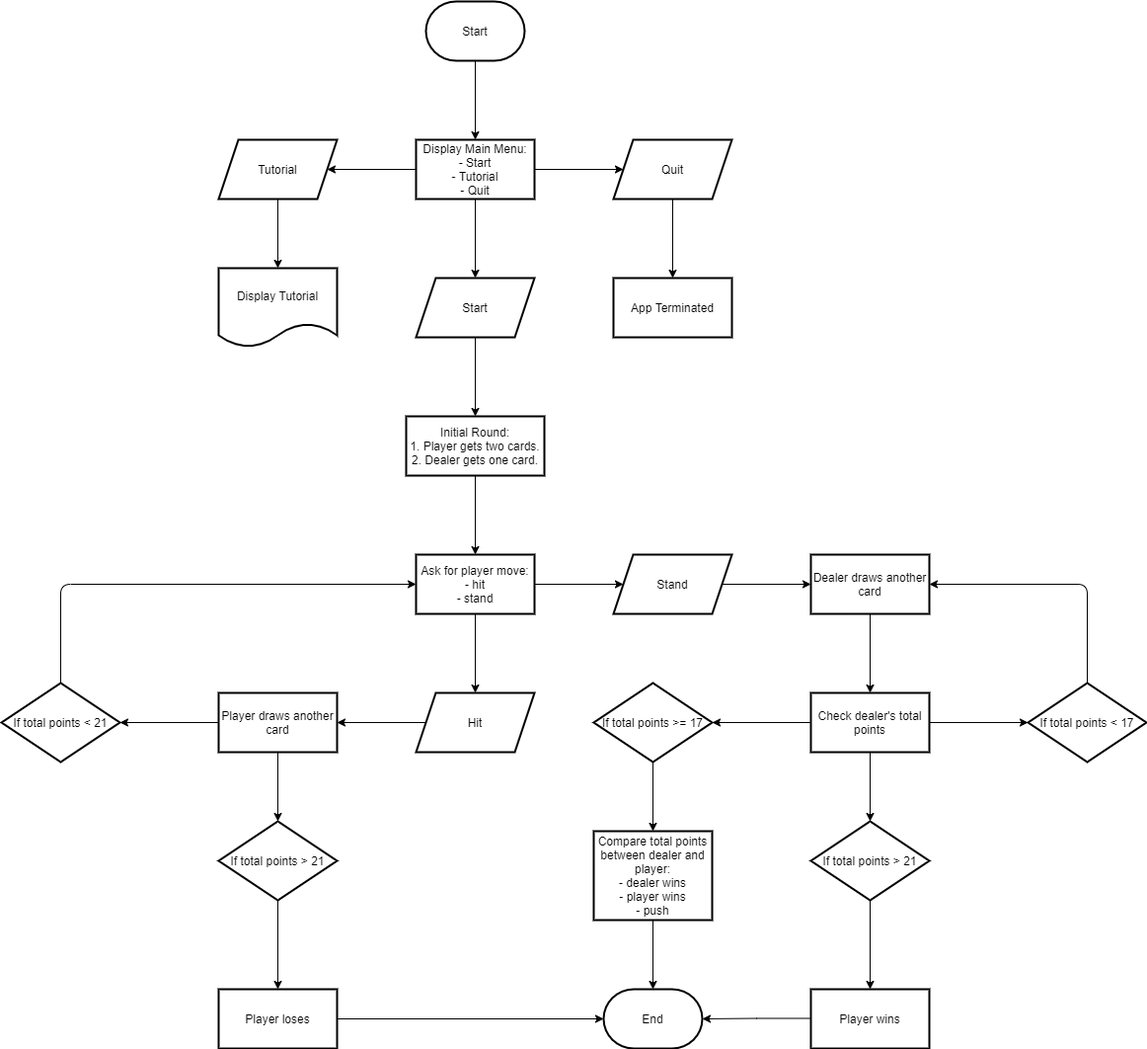
Above: docs/flowchart.png in yee-codes/terminal_app-blackjack (draw.io), before the change. Source tidied: cells renumbered, new cells last; positions are measured from the earlier drawing's top-left corner, leaving out a move shared by most shapes.
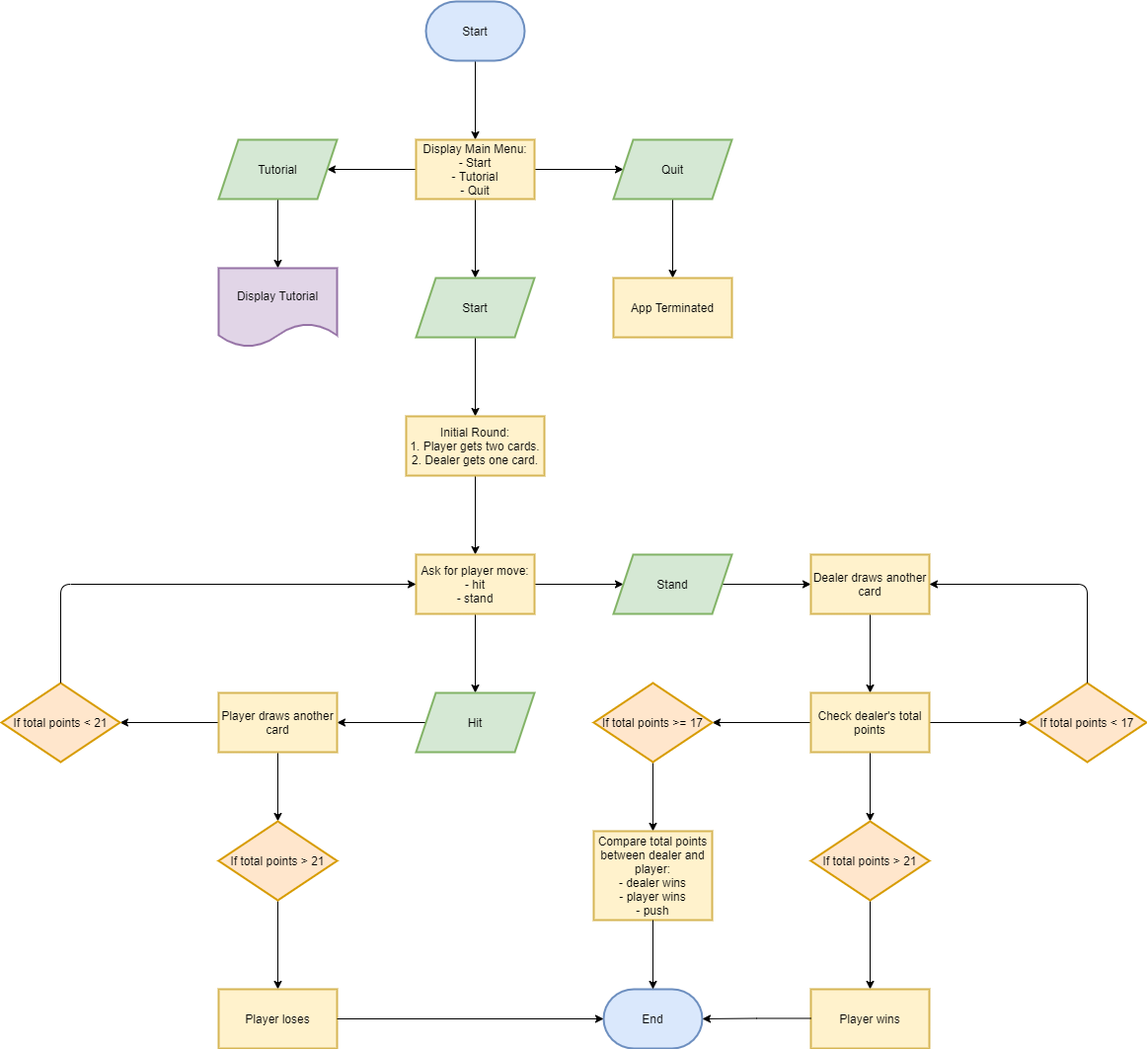
After the commit.

The edit, as a diff of the source:
```diff
@@ -5,7 +5,7 @@
     <mxCell id="2" style="edgeStyle=orthogonalEdgeStyle;rounded=0;jettySize=auto;html=1;" parent="1" edge="1" source="3" target="7">
       <mxGeometry relative="1" as="geometry" />
     </mxCell>
-    <mxCell id="3" value="Start" style="strokeWidth=2;html=1;shape=mxgraph.flowchart.terminator;whiteSpace=wrap;" parent="1" vertex="1">
+    <mxCell id="3" value="Start" style="strokeWidth=2;html=1;shape=mxgraph.flowchart.terminator;whiteSpace=wrap;fillColor=#dae8fc;strokeColor=#6c8ebf;" parent="1" vertex="1">
       <mxGeometry x="430" width="100" height="60" as="geometry" />
     </mxCell>
     <mxCell id="4" style="edgeStyle=orthogonalEdgeStyle;rounded=0;jettySize=auto;html=1;" parent="1" edge="1" source="7" target="9">
@@ -17,34 +17,34 @@
     <mxCell id="6" style="edgeStyle=orthogonalEdgeStyle;rounded=0;jettySize=auto;html=1;" parent="1" edge="1" source="7" target="14">
       <mxGeometry relative="1" as="geometry" />
     </mxCell>
-    <mxCell id="7" value="Display Main Menu:&lt;br&gt;- Start&lt;br&gt;- Tutorial&lt;br&gt;- Quit" style="whiteSpace=wrap;html=1;strokeWidth=2;" parent="1" vertex="1">
+    <mxCell id="7" value="Display Main Menu:&lt;br&gt;- Start&lt;br&gt;- Tutorial&lt;br&gt;- Quit" style="whiteSpace=wrap;html=1;strokeWidth=2;fillColor=#fff2cc;strokeColor=#d6b656;" parent="1" vertex="1">
       <mxGeometry x="420" y="140" width="120" height="60" as="geometry" />
     </mxCell>
     <mxCell id="8" style="edgeStyle=orthogonalEdgeStyle;rounded=0;jettySize=auto;html=1;" parent="1" edge="1" source="9" target="50">
       <mxGeometry relative="1" as="geometry" />
     </mxCell>
-    <mxCell id="9" value="Tutorial" style="shape=parallelogram;perimeter=parallelogramPerimeter;whiteSpace=wrap;html=1;fixedSize=1;strokeWidth=2;" parent="1" vertex="1">
+    <mxCell id="9" value="Tutorial" style="shape=parallelogram;perimeter=parallelogramPerimeter;whiteSpace=wrap;html=1;fixedSize=1;strokeWidth=2;fillColor=#d5e8d4;strokeColor=#82b366;" parent="1" vertex="1">
       <mxGeometry x="220" y="140" width="120" height="60" as="geometry" />
     </mxCell>
     <mxCell id="10" style="edgeStyle=orthogonalEdgeStyle;rounded=0;jettySize=auto;html=1;" parent="1" edge="1" source="11" target="12">
       <mxGeometry relative="1" as="geometry" />
     </mxCell>
-    <mxCell id="11" value="Quit" style="shape=parallelogram;perimeter=parallelogramPerimeter;whiteSpace=wrap;html=1;fixedSize=1;strokeWidth=2;" parent="1" vertex="1">
+    <mxCell id="11" value="Quit" style="shape=parallelogram;perimeter=parallelogramPerimeter;whiteSpace=wrap;html=1;fixedSize=1;strokeWidth=2;fillColor=#d5e8d4;strokeColor=#82b366;" parent="1" vertex="1">
       <mxGeometry x="620" y="140" width="120" height="60" as="geometry" />
     </mxCell>
-    <mxCell id="12" value="App Terminated" style="whiteSpace=wrap;html=1;strokeWidth=2;" parent="1" vertex="1">
+    <mxCell id="12" value="App Terminated" style="whiteSpace=wrap;html=1;strokeWidth=2;fillColor=#fff2cc;strokeColor=#d6b656;" parent="1" vertex="1">
       <mxGeometry x="620" y="280" width="120" height="60" as="geometry" />
     </mxCell>
     <mxCell id="13" style="edgeStyle=orthogonalEdgeStyle;rounded=0;jettySize=auto;html=1;" parent="1" edge="1" source="14" target="16">
       <mxGeometry relative="1" as="geometry" />
     </mxCell>
-    <mxCell id="14" value="Start" style="shape=parallelogram;perimeter=parallelogramPerimeter;whiteSpace=wrap;html=1;fixedSize=1;strokeWidth=2;" parent="1" vertex="1">
+    <mxCell id="14" value="Start" style="shape=parallelogram;perimeter=parallelogramPerimeter;whiteSpace=wrap;html=1;fixedSize=1;strokeWidth=2;fillColor=#d5e8d4;strokeColor=#82b366;" parent="1" vertex="1">
       <mxGeometry x="420" y="280" width="120" height="60" as="geometry" />
     </mxCell>
     <mxCell id="15" style="edgeStyle=orthogonalEdgeStyle;rounded=0;jettySize=auto;html=1;" parent="1" edge="1" source="16" target="19">
       <mxGeometry relative="1" as="geometry" />
     </mxCell>
-    <mxCell id="16" value="Initial Round:&lt;br&gt;1. Player gets two cards.&lt;br&gt;2. Dealer gets one card." style="whiteSpace=wrap;html=1;strokeWidth=2;" parent="1" vertex="1">
+    <mxCell id="16" value="Initial Round:&lt;br&gt;1. Player gets two cards.&lt;br&gt;2. Dealer gets one card." style="whiteSpace=wrap;html=1;strokeWidth=2;fillColor=#fff2cc;strokeColor=#d6b656;" parent="1" vertex="1">
       <mxGeometry x="410" y="420" width="140" height="60" as="geometry" />
     </mxCell>
     <mxCell id="17" style="edgeStyle=orthogonalEdgeStyle;rounded=0;jettySize=auto;html=1;" parent="1" edge="1" source="19" target="21">
@@ -53,25 +53,25 @@
     <mxCell id="18" style="edgeStyle=orthogonalEdgeStyle;rounded=0;jettySize=auto;html=1;" parent="1" edge="1" source="19" target="23">
       <mxGeometry relative="1" as="geometry" />
     </mxCell>
-    <mxCell id="19" value="Ask for player move:&lt;br&gt;- hit&lt;br&gt;- stand" style="whiteSpace=wrap;html=1;strokeWidth=2;" parent="1" vertex="1">
+    <mxCell id="19" value="Ask for player move:&lt;br&gt;- hit&lt;br&gt;- stand" style="whiteSpace=wrap;html=1;strokeWidth=2;fillColor=#fff2cc;strokeColor=#d6b656;" parent="1" vertex="1">
       <mxGeometry x="420" y="560" width="120" height="60" as="geometry" />
     </mxCell>
     <mxCell id="20" style="edgeStyle=orthogonalEdgeStyle;rounded=0;jettySize=auto;html=1;" parent="1" edge="1" source="21" target="41">
       <mxGeometry relative="1" as="geometry" />
     </mxCell>
-    <mxCell id="21" value="Hit" style="shape=parallelogram;perimeter=parallelogramPerimeter;whiteSpace=wrap;html=1;fixedSize=1;strokeWidth=2;" parent="1" vertex="1">
+    <mxCell id="21" value="Hit" style="shape=parallelogram;perimeter=parallelogramPerimeter;whiteSpace=wrap;html=1;fixedSize=1;strokeWidth=2;fillColor=#d5e8d4;strokeColor=#82b366;" parent="1" vertex="1">
       <mxGeometry x="420" y="700" width="120" height="60" as="geometry" />
     </mxCell>
     <mxCell id="22" style="edgeStyle=orthogonalEdgeStyle;rounded=0;jettySize=auto;html=1;" parent="1" edge="1" source="23" target="25">
       <mxGeometry relative="1" as="geometry" />
     </mxCell>
-    <mxCell id="23" value="Stand" style="shape=parallelogram;perimeter=parallelogramPerimeter;whiteSpace=wrap;html=1;fixedSize=1;strokeWidth=2;" parent="1" vertex="1">
+    <mxCell id="23" value="Stand" style="shape=parallelogram;perimeter=parallelogramPerimeter;whiteSpace=wrap;html=1;fixedSize=1;strokeWidth=2;fillColor=#d5e8d4;strokeColor=#82b366;" parent="1" vertex="1">
       <mxGeometry x="620" y="560" width="120" height="60" as="geometry" />
     </mxCell>
     <mxCell id="24" style="edgeStyle=orthogonalEdgeStyle;rounded=0;jettySize=auto;html=1;" parent="1" edge="1" source="25" target="29">
       <mxGeometry relative="1" as="geometry" />
     </mxCell>
-    <mxCell id="25" value="Dealer draws another card" style="whiteSpace=wrap;html=1;strokeWidth=2;" parent="1" vertex="1">
+    <mxCell id="25" value="Dealer draws another card" style="whiteSpace=wrap;html=1;strokeWidth=2;fillColor=#fff2cc;strokeColor=#d6b656;" parent="1" vertex="1">
       <mxGeometry x="820" y="560" width="120" height="60" as="geometry" />
     </mxCell>
     <mxCell id="26" style="edgeStyle=orthogonalEdgeStyle;rounded=0;jettySize=auto;html=1;" parent="1" edge="1" source="29" target="30">
@@ -83,10 +83,10 @@
     <mxCell id="28" style="edgeStyle=orthogonalEdgeStyle;rounded=0;jettySize=auto;html=1;" parent="1" edge="1" source="29" target="38">
       <mxGeometry relative="1" as="geometry" />
     </mxCell>
-    <mxCell id="29" value="Check dealer's total points" style="whiteSpace=wrap;html=1;strokeWidth=2;" parent="1" vertex="1">
+    <mxCell id="29" value="Check dealer's total points" style="whiteSpace=wrap;html=1;strokeWidth=2;fillColor=#fff2cc;strokeColor=#d6b656;" parent="1" vertex="1">
       <mxGeometry x="820" y="700" width="120" height="60" as="geometry" />
     </mxCell>
-    <mxCell id="30" value="If total points &amp;lt; 17" style="rhombus;whiteSpace=wrap;html=1;strokeWidth=2;" parent="1" vertex="1">
+    <mxCell id="30" value="If total points &amp;lt; 17" style="rhombus;whiteSpace=wrap;html=1;strokeWidth=2;fillColor=#ffe6cc;strokeColor=#d79b00;" parent="1" vertex="1">
       <mxGeometry x="1040" y="690" width="120" height="80" as="geometry" />
     </mxCell>
     <mxCell id="31" style="endArrow=classic;html=1;exitX=0.5;exitY=0;exitDx=0;exitDy=0;entryX=1;entryY=0.5;entryDx=0;entryDy=0;" parent="1" edge="1" source="30" target="25">
@@ -99,13 +99,13 @@
     <mxCell id="32" style="edgeStyle=orthogonalEdgeStyle;rounded=0;jettySize=auto;html=1;" parent="1" edge="1" source="33" target="34">
       <mxGeometry relative="1" as="geometry" />
     </mxCell>
-    <mxCell id="33" value="If total points &amp;gt; 21" style="rhombus;whiteSpace=wrap;html=1;strokeWidth=2;" parent="1" vertex="1">
+    <mxCell id="33" value="If total points &amp;gt; 21" style="rhombus;whiteSpace=wrap;html=1;strokeWidth=2;fillColor=#ffe6cc;strokeColor=#d79b00;" parent="1" vertex="1">
       <mxGeometry x="820" y="830" width="120" height="80" as="geometry" />
     </mxCell>
-    <mxCell id="34" value="Player wins" style="whiteSpace=wrap;html=1;strokeWidth=2;" parent="1" vertex="1">
+    <mxCell id="34" value="Player wins" style="whiteSpace=wrap;html=1;strokeWidth=2;fillColor=#fff2cc;strokeColor=#d6b656;" parent="1" vertex="1">
       <mxGeometry x="820" y="1000" width="120" height="60" as="geometry" />
     </mxCell>
-    <mxCell id="35" value="End" style="strokeWidth=2;html=1;shape=mxgraph.flowchart.terminator;whiteSpace=wrap;" parent="1" vertex="1">
+    <mxCell id="35" value="End" style="strokeWidth=2;html=1;shape=mxgraph.flowchart.terminator;whiteSpace=wrap;fillColor=#dae8fc;strokeColor=#6c8ebf;" parent="1" vertex="1">
       <mxGeometry x="610" y="1000" width="100" height="60" as="geometry" />
     </mxCell>
     <mxCell id="36" style="edgeStyle=orthogonalEdgeStyle;rounded=0;jettySize=auto;html=1;entryX=1;entryY=0.5;entryDx=0;entryDy=0;entryPerimeter=0;" parent="1" edge="1" target="35">
@@ -120,7 +120,7 @@
     <mxCell id="37" style="edgeStyle=orthogonalEdgeStyle;rounded=0;jettySize=auto;html=1;" parent="1" edge="1" source="38" target="48">
       <mxGeometry relative="1" as="geometry" />
     </mxCell>
-    <mxCell id="38" value="If total points &amp;gt;= 17" style="rhombus;whiteSpace=wrap;html=1;strokeWidth=2;" parent="1" vertex="1">
+    <mxCell id="38" value="If total points &amp;gt;= 17" style="rhombus;whiteSpace=wrap;html=1;strokeWidth=2;fillColor=#ffe6cc;strokeColor=#d79b00;" parent="1" vertex="1">
       <mxGeometry x="600" y="690" width="120" height="80" as="geometry" />
     </mxCell>
     <mxCell id="39" style="edgeStyle=orthogonalEdgeStyle;rounded=0;jettySize=auto;html=1;" parent="1" edge="1" source="41" target="43">
@@ -129,16 +129,16 @@
     <mxCell id="40" style="edgeStyle=orthogonalEdgeStyle;rounded=0;jettySize=auto;html=1;" parent="1" edge="1" source="41" target="46">
       <mxGeometry relative="1" as="geometry" />
     </mxCell>
-    <mxCell id="41" value="&lt;span&gt;Player draws another card&lt;/span&gt;" style="whiteSpace=wrap;html=1;strokeWidth=2;" parent="1" vertex="1">
+    <mxCell id="41" value="&lt;span&gt;Player draws another card&lt;/span&gt;" style="whiteSpace=wrap;html=1;strokeWidth=2;fillColor=#fff2cc;strokeColor=#d6b656;" parent="1" vertex="1">
       <mxGeometry x="220" y="700" width="120" height="60" as="geometry" />
     </mxCell>
     <mxCell id="42" style="edgeStyle=orthogonalEdgeStyle;rounded=0;jettySize=auto;html=1;" parent="1" edge="1" source="43" target="44">
       <mxGeometry relative="1" as="geometry" />
     </mxCell>
-    <mxCell id="43" value="&lt;span&gt;If total points &amp;gt; 21&lt;/span&gt;" style="rhombus;whiteSpace=wrap;html=1;strokeWidth=2;" parent="1" vertex="1">
+    <mxCell id="43" value="&lt;span&gt;If total points &amp;gt; 21&lt;/span&gt;" style="rhombus;whiteSpace=wrap;html=1;strokeWidth=2;fillColor=#ffe6cc;strokeColor=#d79b00;" parent="1" vertex="1">
       <mxGeometry x="220" y="830" width="120" height="80" as="geometry" />
     </mxCell>
-    <mxCell id="44" value="&lt;span&gt;Player loses&lt;/span&gt;" style="whiteSpace=wrap;html=1;strokeWidth=2;" parent="1" vertex="1">
+    <mxCell id="44" value="&lt;span&gt;Player loses&lt;/span&gt;" style="whiteSpace=wrap;html=1;strokeWidth=2;fillColor=#fff2cc;strokeColor=#d6b656;" parent="1" vertex="1">
       <mxGeometry x="220" y="1000" width="120" height="60" as="geometry" />
     </mxCell>
     <mxCell id="45" style="endArrow=classic;html=1;entryX=0;entryY=0.5;entryDx=0;entryDy=0;entryPerimeter=0;" parent="1" edge="1" target="35">
@@ -146,7 +146,7 @@
         <mxPoint x="340" y="1030" as="sourcePoint" />
       </mxGeometry>
     </mxCell>
-    <mxCell id="46" value="If total points &amp;lt; 21" style="rhombus;whiteSpace=wrap;html=1;strokeWidth=2;" parent="1" vertex="1">
+    <mxCell id="46" value="If total points &amp;lt; 21" style="rhombus;whiteSpace=wrap;html=1;strokeWidth=2;fillColor=#ffe6cc;strokeColor=#d79b00;" parent="1" vertex="1">
       <mxGeometry y="690" width="120" height="80" as="geometry" />
     </mxCell>
     <mxCell id="47" style="endArrow=classic;html=1;entryX=0;entryY=0.5;entryDx=0;entryDy=0;exitX=0.5;exitY=0;exitDx=0;exitDy=0;" parent="1" edge="1" source="46" target="19">
@@ -156,13 +156,13 @@
         </Array>
       </mxGeometry>
     </mxCell>
-    <mxCell id="48" value="Compare total points between dealer and player:&lt;br&gt;- dealer wins&lt;br&gt;- player wins&lt;br&gt;- push" style="whiteSpace=wrap;html=1;strokeWidth=2;" parent="1" vertex="1">
+    <mxCell id="48" value="Compare total points between dealer and player:&lt;br&gt;- dealer wins&lt;br&gt;- player wins&lt;br&gt;- push" style="whiteSpace=wrap;html=1;strokeWidth=2;fillColor=#fff2cc;strokeColor=#d6b656;" parent="1" vertex="1">
       <mxGeometry x="600" y="840" width="120" height="90" as="geometry" />
     </mxCell>
     <mxCell id="49" style="endArrow=classic;html=1;exitX=0.5;exitY=1;exitDx=0;exitDy=0;entryX=0.5;entryY=0;entryDx=0;entryDy=0;entryPerimeter=0;" parent="1" edge="1" source="48" target="35">
       <mxGeometry relative="1" as="geometry" />
     </mxCell>
-    <mxCell id="50" value="&lt;span&gt;Display Tutorial&lt;/span&gt;" style="shape=document;whiteSpace=wrap;html=1;boundedLbl=1;strokeWidth=2;" parent="1" vertex="1">
+    <mxCell id="50" value="&lt;span&gt;Display Tutorial&lt;/span&gt;" style="shape=document;whiteSpace=wrap;html=1;boundedLbl=1;strokeWidth=2;fillColor=#e1d5e7;strokeColor=#9673a6;" parent="1" vertex="1">
       <mxGeometry x="220" y="270" width="120" height="80" as="geometry" />
     </mxCell>
   </root>
```
